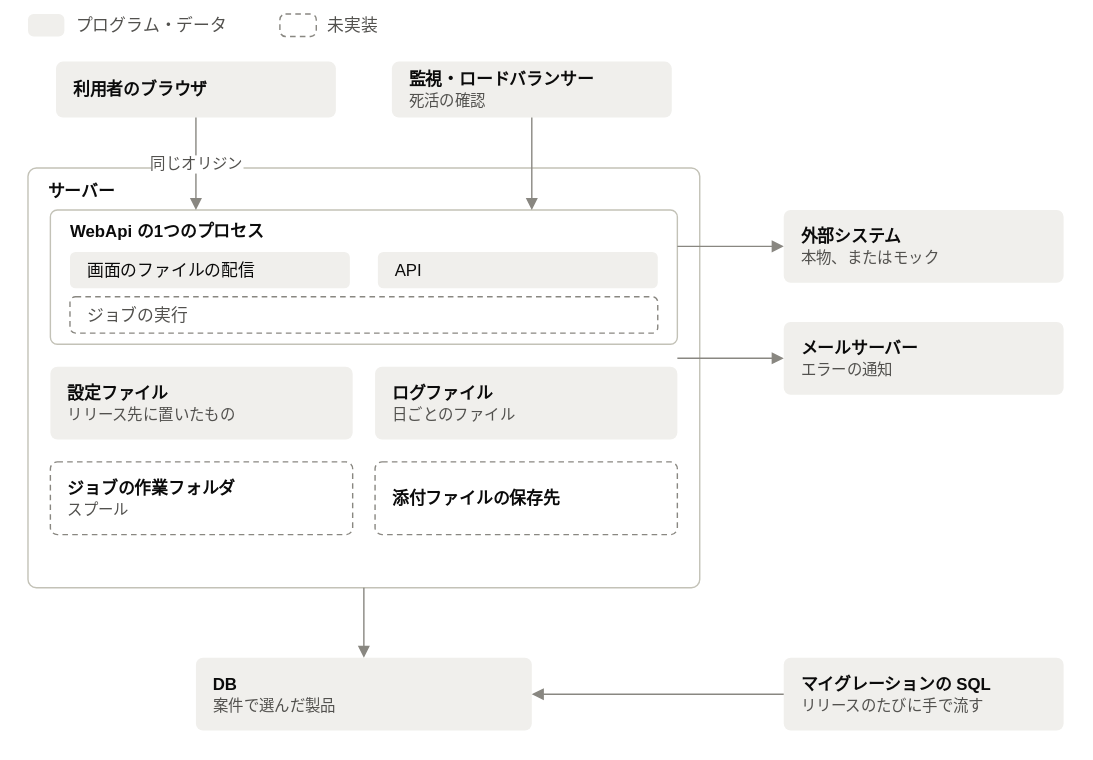
Earlier version of the draw.io export demo/101_販売管理システム/標準仕様書/images/実行環境_本番環境.drawio.svg (halllky/NijoAppScaffold). Source tidied: cells renumbered, new cells last; positions are measured from the earlier drawing's top-left corner, leaving out a move shared by most shapes.
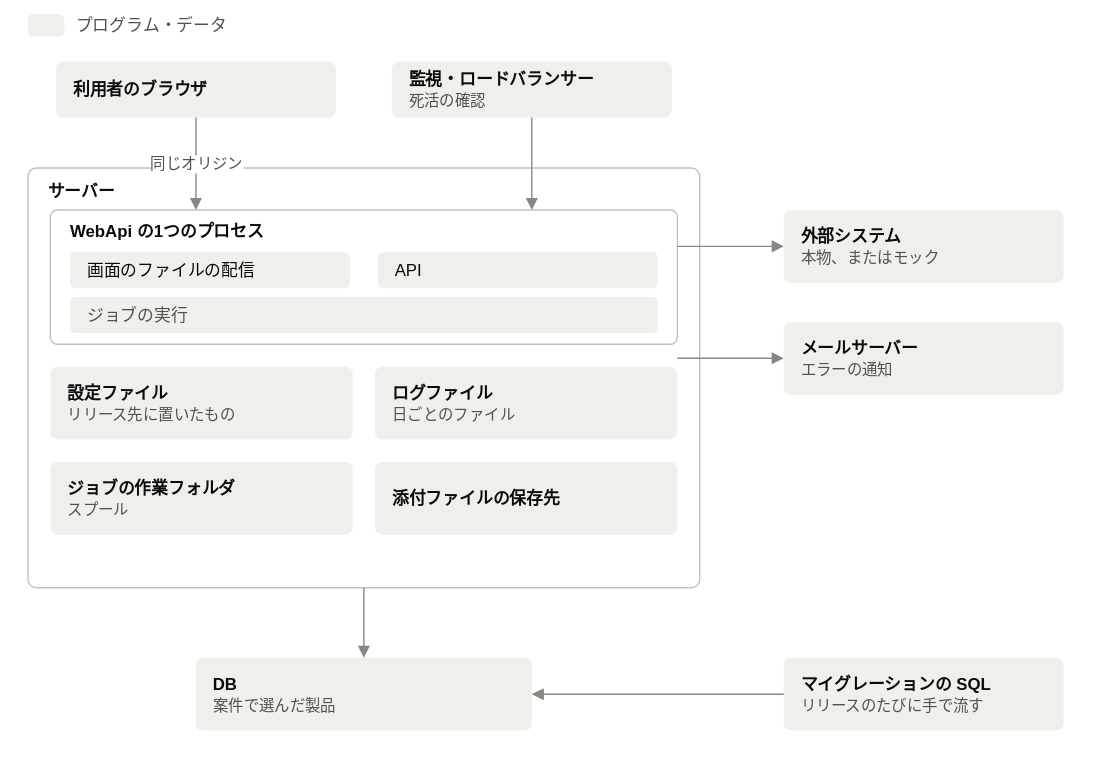
After the change.

Change to the diagram source:
```diff
@@ -8,12 +8,6 @@
     <mxCell id="3" value="プログラム・データ" style="text;html=1;align=left;verticalAlign=middle;fontSize=12;fontColor=#52514e;fontStyle=0;spacing=0;" parent="1" vertex="1">
       <mxGeometry x="34" width="140" height="16" as="geometry" />
     </mxCell>
-    <mxCell id="4" style="rounded=1;absoluteArcSize=1;arcSize=8;html=1;fillColor=#ffffff;strokeColor=#898781;strokeWidth=1;dashed=1;dashPattern=4 3;" parent="1" vertex="1">
-      <mxGeometry x="180" width="26" height="16" as="geometry" />
-    </mxCell>
-    <mxCell id="5" value="未実装" style="text;html=1;align=left;verticalAlign=middle;fontSize=12;fontColor=#52514e;fontStyle=0;spacing=0;" parent="1" vertex="1">
-      <mxGeometry x="214" width="80" height="16" as="geometry" />
-    </mxCell>
     <mxCell id="6" style="rounded=1;absoluteArcSize=1;arcSize=10;html=1;fillColor=#f0efec;strokeColor=none;strokeWidth=1;" parent="1" vertex="1">
       <mxGeometry x="20" y="34" width="200" height="40" as="geometry" />
     </mxCell>
@@ -23,7 +17,7 @@
     <mxCell id="8" style="rounded=1;absoluteArcSize=1;arcSize=10;html=1;fillColor=#f0efec;strokeColor=none;strokeWidth=1;" parent="1" vertex="1">
       <mxGeometry x="260" y="34" width="200" height="40" as="geometry" />
     </mxCell>
-    <mxCell id="9" value="&lt;b&gt;監視・ロードバランサー&lt;/b&gt;&lt;br&gt;&lt;span style=&quot;color:#52514e;font-size:11px&quot;&gt;死活の確認&lt;/span&gt;" style="text;html=1;align=left;verticalAlign=middle;fontSize=12;fontColor=#0b0b0b;fontStyle=0;spacing=0;whiteSpace=wrap;" parent="1" vertex="1">
+    <mxCell id="9" value="&lt;b&gt;監視・ロードバランサー&lt;/b&gt;&lt;br&gt;&lt;span style=&quot;color:light-dark(#52514e, #a7a7a4);font-size:11px&quot;&gt;死活の確認&lt;/span&gt;" style="text;html=1;align=left;verticalAlign=middle;fontSize=12;fontColor=#0b0b0b;fontStyle=0;spacing=0;whiteSpace=wrap;" parent="1" vertex="1">
       <mxGeometry x="272" y="34" width="176" height="40" as="geometry" />
     </mxCell>
     <mxCell id="10" style="rounded=1;absoluteArcSize=1;arcSize=12;html=1;fillColor=#ffffff;strokeColor=#c3c2b7;strokeWidth=1;" parent="1" vertex="1">
@@ -50,7 +44,7 @@
     <mxCell id="17" value="API" style="text;html=1;align=left;verticalAlign=middle;fontSize=12;fontColor=#0b0b0b;fontStyle=0;spacing=0;" parent="1" vertex="1">
       <mxGeometry x="262" y="170" width="180" height="26" as="geometry" />
     </mxCell>
-    <mxCell id="18" style="rounded=1;absoluteArcSize=1;arcSize=8;html=1;fillColor=#ffffff;strokeColor=#898781;strokeWidth=1;dashed=1;dashPattern=4 3;" parent="1" vertex="1">
+    <mxCell id="18" style="rounded=1;absoluteArcSize=1;arcSize=8;html=1;fillColor=#ffffff;strokeColor=#898781;strokeWidth=1;" parent="1" vertex="1">
       <mxGeometry x="30" y="202" width="420" height="26" as="geometry" />
     </mxCell>
     <mxCell id="19" value="ジョブの実行" style="text;html=1;align=left;verticalAlign=middle;fontSize=12;fontColor=#52514e;fontStyle=0;spacing=0;" parent="1" vertex="1">
@@ -59,22 +53,22 @@
     <mxCell id="20" style="rounded=1;absoluteArcSize=1;arcSize=10;html=1;fillColor=#f0efec;strokeColor=none;strokeWidth=1;" parent="1" vertex="1">
       <mxGeometry x="16" y="252" width="216" height="52" as="geometry" />
     </mxCell>
-    <mxCell id="21" value="&lt;b&gt;設定ファイル&lt;/b&gt;&lt;br&gt;&lt;span style=&quot;color:#52514e;font-size:11px&quot;&gt;リリース先に置いたもの&lt;/span&gt;" style="text;html=1;align=left;verticalAlign=middle;fontSize=12;fontColor=#0b0b0b;fontStyle=0;spacing=0;whiteSpace=wrap;" parent="1" vertex="1">
+    <mxCell id="21" value="&lt;b&gt;設定ファイル&lt;/b&gt;&lt;br&gt;&lt;span style=&quot;color:light-dark(#52514e, #a7a7a4);font-size:11px&quot;&gt;リリース先に置いたもの&lt;/span&gt;" style="text;html=1;align=left;verticalAlign=middle;fontSize=12;fontColor=#0b0b0b;fontStyle=0;spacing=0;whiteSpace=wrap;" parent="1" vertex="1">
       <mxGeometry x="28" y="252" width="192" height="52" as="geometry" />
     </mxCell>
     <mxCell id="22" style="rounded=1;absoluteArcSize=1;arcSize=10;html=1;fillColor=#f0efec;strokeColor=none;strokeWidth=1;" parent="1" vertex="1">
       <mxGeometry x="248" y="252" width="216" height="52" as="geometry" />
     </mxCell>
-    <mxCell id="23" value="&lt;b&gt;ログファイル&lt;/b&gt;&lt;br&gt;&lt;span style=&quot;color:#52514e;font-size:11px&quot;&gt;日ごとのファイル&lt;/span&gt;" style="text;html=1;align=left;verticalAlign=middle;fontSize=12;fontColor=#0b0b0b;fontStyle=0;spacing=0;whiteSpace=wrap;" parent="1" vertex="1">
+    <mxCell id="23" value="&lt;b&gt;ログファイル&lt;/b&gt;&lt;br&gt;&lt;span style=&quot;color:light-dark(#52514e, #a7a7a4);font-size:11px&quot;&gt;日ごとのファイル&lt;/span&gt;" style="text;html=1;align=left;verticalAlign=middle;fontSize=12;fontColor=#0b0b0b;fontStyle=0;spacing=0;whiteSpace=wrap;" parent="1" vertex="1">
       <mxGeometry x="260" y="252" width="192" height="52" as="geometry" />
     </mxCell>
-    <mxCell id="24" style="rounded=1;absoluteArcSize=1;arcSize=10;html=1;fillColor=#ffffff;strokeColor=#898781;strokeWidth=1;dashed=1;dashPattern=4 3;" parent="1" vertex="1">
+    <mxCell id="24" style="rounded=1;absoluteArcSize=1;arcSize=10;html=1;fillColor=#ffffff;strokeColor=#898781;strokeWidth=1;" parent="1" vertex="1">
       <mxGeometry x="16" y="320" width="216" height="52" as="geometry" />
     </mxCell>
-    <mxCell id="25" value="&lt;b&gt;ジョブの作業フォルダ&lt;/b&gt;&lt;br&gt;&lt;span style=&quot;color:#52514e;font-size:11px&quot;&gt;スプール&lt;/span&gt;" style="text;html=1;align=left;verticalAlign=middle;fontSize=12;fontColor=#0b0b0b;fontStyle=0;spacing=0;whiteSpace=wrap;" parent="1" vertex="1">
+    <mxCell id="25" value="&lt;b&gt;ジョブの作業フォルダ&lt;/b&gt;&lt;br&gt;&lt;span style=&quot;color:light-dark(#52514e, #a7a7a4);font-size:11px&quot;&gt;スプール&lt;/span&gt;" style="text;html=1;align=left;verticalAlign=middle;fontSize=12;fontColor=#0b0b0b;fontStyle=0;spacing=0;whiteSpace=wrap;" parent="1" vertex="1">
       <mxGeometry x="28" y="320" width="192" height="52" as="geometry" />
     </mxCell>
-    <mxCell id="26" style="rounded=1;absoluteArcSize=1;arcSize=10;html=1;fillColor=#ffffff;strokeColor=#898781;strokeWidth=1;dashed=1;dashPattern=4 3;" parent="1" vertex="1">
+    <mxCell id="26" style="rounded=1;absoluteArcSize=1;arcSize=10;html=1;fillColor=#ffffff;strokeColor=#898781;strokeWidth=1;" parent="1" vertex="1">
       <mxGeometry x="248" y="320" width="216" height="52" as="geometry" />
     </mxCell>
     <mxCell id="27" value="&lt;b&gt;添付ファイルの保存先&lt;/b&gt;" style="text;html=1;align=left;verticalAlign=middle;fontSize=12;fontColor=#0b0b0b;fontStyle=0;spacing=0;whiteSpace=wrap;" parent="1" vertex="1">
@@ -95,7 +89,7 @@
     <mxCell id="30" style="rounded=1;absoluteArcSize=1;arcSize=10;html=1;fillColor=#f0efec;strokeColor=none;strokeWidth=1;" parent="1" vertex="1">
       <mxGeometry x="120" y="460" width="240" height="52" as="geometry" />
     </mxCell>
-    <mxCell id="31" value="&lt;b&gt;DB&lt;/b&gt;&lt;br&gt;&lt;span style=&quot;color:#52514e;font-size:11px&quot;&gt;案件で選んだ製品&lt;/span&gt;" style="text;html=1;align=left;verticalAlign=middle;fontSize=12;fontColor=#0b0b0b;fontStyle=0;spacing=0;whiteSpace=wrap;" parent="1" vertex="1">
+    <mxCell id="31" value="&lt;b&gt;DB&lt;/b&gt;&lt;br&gt;&lt;span style=&quot;color:light-dark(#52514e, #a7a7a4);font-size:11px&quot;&gt;案件で選んだ製品&lt;/span&gt;" style="text;html=1;align=left;verticalAlign=middle;fontSize=12;fontColor=#0b0b0b;fontStyle=0;spacing=0;whiteSpace=wrap;" parent="1" vertex="1">
       <mxGeometry x="132" y="460" width="216" height="52" as="geometry" />
     </mxCell>
     <mxCell id="32" style="html=1;rounded=0;endArrow=block;endFill=1;endSize=6;startArrow=none;strokeColor=#898781;strokeWidth=1;fontSize=11;fontColor=#52514e;labelBackgroundColor=#ffffff;" parent="1" edge="1">
@@ -107,7 +101,7 @@
     <mxCell id="33" style="rounded=1;absoluteArcSize=1;arcSize=10;html=1;fillColor=#f0efec;strokeColor=none;strokeWidth=1;" parent="1" vertex="1">
       <mxGeometry x="540" y="460" width="200" height="52" as="geometry" />
     </mxCell>
-    <mxCell id="34" value="&lt;b&gt;マイグレーションの SQL&lt;/b&gt;&lt;br&gt;&lt;span style=&quot;color:#52514e;font-size:11px&quot;&gt;リリースのたびに手で流す&lt;/span&gt;" style="text;html=1;align=left;verticalAlign=middle;fontSize=12;fontColor=#0b0b0b;fontStyle=0;spacing=0;whiteSpace=wrap;" parent="1" vertex="1">
+    <mxCell id="34" value="&lt;b&gt;マイグレーションの SQL&lt;/b&gt;&lt;br&gt;&lt;span style=&quot;color:light-dark(#52514e, #a7a7a4);font-size:11px&quot;&gt;リリースのたびに手で流す&lt;/span&gt;" style="text;html=1;align=left;verticalAlign=middle;fontSize=12;fontColor=#0b0b0b;fontStyle=0;spacing=0;whiteSpace=wrap;" parent="1" vertex="1">
       <mxGeometry x="552" y="460" width="176" height="52" as="geometry" />
     </mxCell>
     <mxCell id="35" style="html=1;rounded=0;endArrow=block;endFill=1;endSize=6;startArrow=none;strokeColor=#898781;strokeWidth=1;fontSize=11;fontColor=#52514e;labelBackgroundColor=#ffffff;" parent="1" edge="1">
@@ -119,13 +113,13 @@
     <mxCell id="36" style="rounded=1;absoluteArcSize=1;arcSize=10;html=1;fillColor=#f0efec;strokeColor=none;strokeWidth=1;" parent="1" vertex="1">
       <mxGeometry x="540" y="140" width="200" height="52" as="geometry" />
     </mxCell>
-    <mxCell id="37" value="&lt;b&gt;外部システム&lt;/b&gt;&lt;br&gt;&lt;span style=&quot;color:#52514e;font-size:11px&quot;&gt;本物、またはモック&lt;/span&gt;" style="text;html=1;align=left;verticalAlign=middle;fontSize=12;fontColor=#0b0b0b;fontStyle=0;spacing=0;whiteSpace=wrap;" parent="1" vertex="1">
+    <mxCell id="37" value="&lt;b&gt;外部システム&lt;/b&gt;&lt;br&gt;&lt;span style=&quot;color:light-dark(#52514e, #a7a7a4);font-size:11px&quot;&gt;本物、またはモック&lt;/span&gt;" style="text;html=1;align=left;verticalAlign=middle;fontSize=12;fontColor=#0b0b0b;fontStyle=0;spacing=0;whiteSpace=wrap;" parent="1" vertex="1">
       <mxGeometry x="552" y="140" width="176" height="52" as="geometry" />
     </mxCell>
     <mxCell id="38" style="rounded=1;absoluteArcSize=1;arcSize=10;html=1;fillColor=#f0efec;strokeColor=none;strokeWidth=1;" parent="1" vertex="1">
       <mxGeometry x="540" y="220" width="200" height="52" as="geometry" />
     </mxCell>
-    <mxCell id="39" value="&lt;b&gt;メールサーバー&lt;/b&gt;&lt;br&gt;&lt;span style=&quot;color:#52514e;font-size:11px&quot;&gt;エラーの通知&lt;/span&gt;" style="text;html=1;align=left;verticalAlign=middle;fontSize=12;fontColor=#0b0b0b;fontStyle=0;spacing=0;whiteSpace=wrap;" parent="1" vertex="1">
+    <mxCell id="39" value="&lt;b&gt;メールサーバー&lt;/b&gt;&lt;br&gt;&lt;span style=&quot;color:light-dark(#52514e, #a7a7a4);font-size:11px&quot;&gt;エラーの通知&lt;/span&gt;" style="text;html=1;align=left;verticalAlign=middle;fontSize=12;fontColor=#0b0b0b;fontStyle=0;spacing=0;whiteSpace=wrap;" parent="1" vertex="1">
       <mxGeometry x="552" y="220" width="176" height="52" as="geometry" />
     </mxCell>
     <mxCell id="40" style="html=1;rounded=0;endArrow=block;endFill=1;endSize=6;startArrow=none;strokeColor=#898781;strokeWidth=1;fontSize=11;fontColor=#52514e;labelBackgroundColor=#ffffff;" parent="1" edge="1">
```
